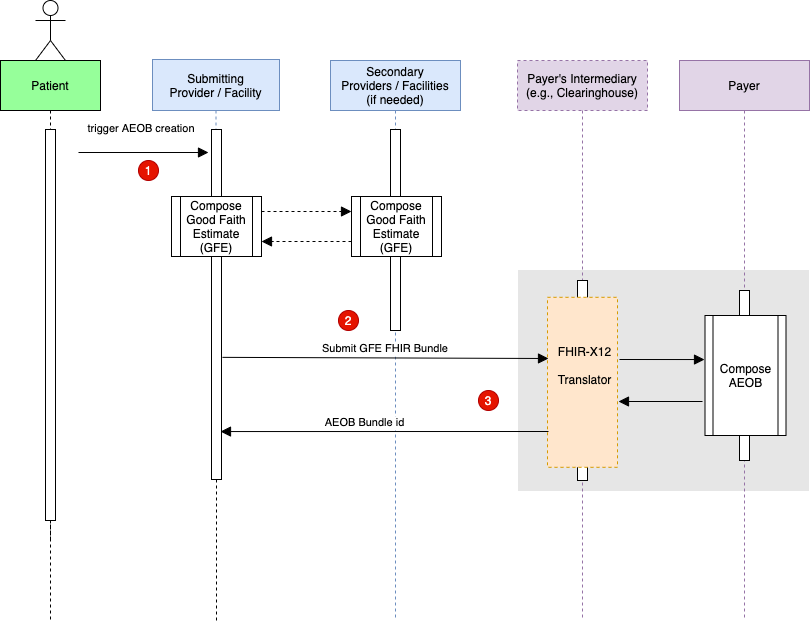
Earlier version of the draw.io export input/images/SubmitAEOB.drawio.png (HL7/davinci-pct). Source tidied: cells renumbered, new cells last; positions are measured from the earlier drawing's top-left corner, leaving out a move shared by most shapes.
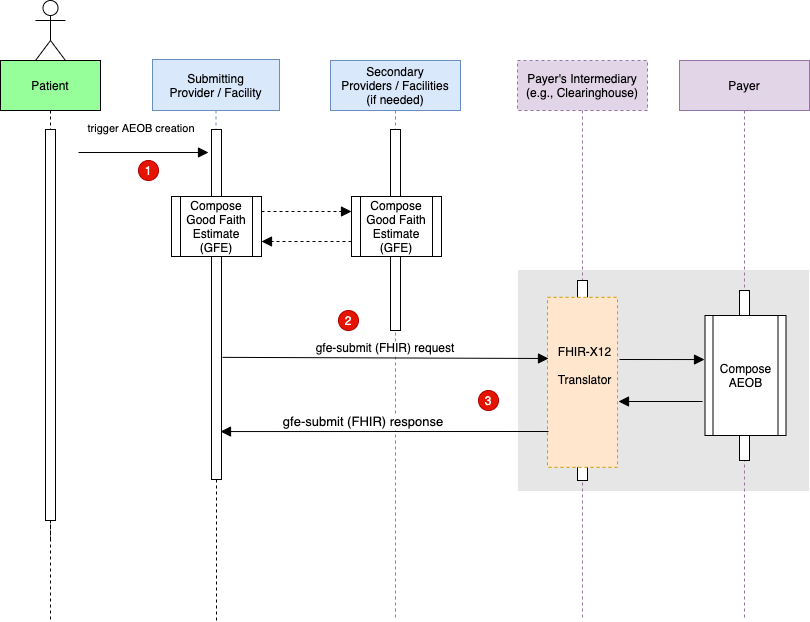
After the change.

What changed in the source:
```diff
@@ -88,12 +88,12 @@
     <mxCell id="26" value="Compose AEOB" style="shape=process;whiteSpace=wrap;html=1;backgroundOutline=1;" parent="1" vertex="1">
       <mxGeometry x="704.5" y="315" width="81" height="120" as="geometry" />
     </mxCell>
-    <mxCell id="27" value=" AEOB Bundle id" style="verticalAlign=bottom;endArrow=block;endSize=8;shadow=0;strokeWidth=1;endFill=1;entryX=0.9;entryY=0.863;entryDx=0;entryDy=0;entryPerimeter=0;" parent="1" edge="1" target="5">
+    <mxCell id="27" value="gfe-submit (FHIR) response" style="verticalAlign=bottom;endArrow=block;endSize=8;shadow=0;strokeWidth=1;endFill=1;entryX=0.9;entryY=0.863;entryDx=0;entryDy=0;entryPerimeter=0;fontSize=13;" parent="1" edge="1" target="5">
       <mxGeometry x="0.13" relative="1" as="geometry">
         <mxPoint x="548" y="431" as="sourcePoint" />
       </mxGeometry>
     </mxCell>
-    <mxCell id="28" value="Submit GFE FHIR Bundle" style="verticalAlign=bottom;endArrow=block;shadow=0;strokeWidth=1;endSize=8;exitX=1.1;exitY=0.651;exitDx=0;exitDy=0;exitPerimeter=0;" parent="1" edge="1" source="5">
+    <mxCell id="28" value="gfe-submit (FHIR) request" style="verticalAlign=bottom;endArrow=block;shadow=0;strokeWidth=1;endSize=8;exitX=1.1;exitY=0.651;exitDx=0;exitDy=0;exitPerimeter=0;fontSize=12;" parent="1" edge="1" source="5">
       <mxGeometry relative="1" as="geometry">
         <mxPoint x="548" y="358" as="targetPoint" />
       </mxGeometry>
```
